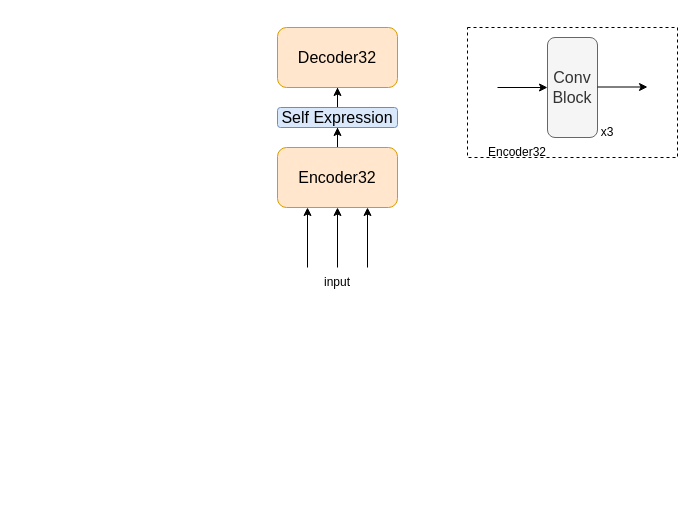
Earlier version of the draw.io diagram test.drawio (infiniteaim/Repository-from-Anonus). Source tidied: cells renumbered, new cells numbered last; positions are measured from the earlier drawing's top-left corner, leaving out a move shared by most shapes. Both pictures are drawn from the tidied source at 100%, with x=0, y=0 at pixel (277, 27).
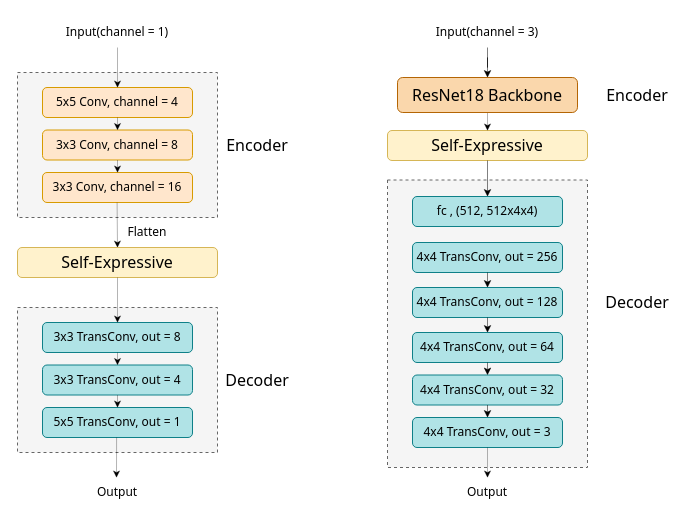
The same diagram, later.

Change to the diagram source:
```diff
@@
-    <mxCell id="2" style="edgeStyle=orthogonalEdgeStyle;rounded=0;jettySize=auto;html=1;entryX=0.5;entryY=1;entryDx=0;entryDy=0;" parent="1" edge="1" source="3" target="9">
-      <mxGeometry relative="1" as="geometry" />
-    </mxCell>
-    <mxCell id="3" value="&lt;font style=&quot;font-size: 16px;&quot;&gt;Encoder32&lt;/font&gt;" style="rounded=1;whiteSpace=wrap;html=1;fillColor=#ffe6cc;strokeColor=#d79b00;" parent="1" vertex="1">
-      <mxGeometry y="120" width="120" height="60" as="geometry" />
-    </mxCell>
-    <mxCell id="4" style="endArrow=classic;html=1;rounded=0;entryX=0.25;entryY=1;entryDx=0;entryDy=0;" parent="1" edge="1" target="3">
-      <mxGeometry relative="1" as="geometry">
-        <mxPoint x="30" y="240" as="sourcePoint" />
-      </mxGeometry>
-    </mxCell>
-    <mxCell id="5" style="endArrow=classic;html=1;rounded=0;entryX=0.5;entryY=1;entryDx=0;entryDy=0;" parent="1" edge="1" target="3">
-      <mxGeometry relative="1" as="geometry">
-        <mxPoint x="60" y="240" as="sourcePoint" />
-      </mxGeometry>
-    </mxCell>
-    <mxCell id="6" style="endArrow=classic;html=1;rounded=0;entryX=0.5;entryY=1;entryDx=0;entryDy=0;" parent="1" edge="1">
-      <mxGeometry relative="1" as="geometry">
-        <mxPoint x="90" y="240" as="sourcePoint" />
-        <mxPoint x="90" y="180" as="targetPoint" />
-      </mxGeometry>
-    </mxCell>
-    <mxCell id="7" value="input" style="text;html=1;align=center;verticalAlign=middle;whiteSpace=wrap;rounded=0;" parent="1" vertex="1">
-      <mxGeometry x="30" y="240" width="60" height="30" as="geometry" />
-    </mxCell>
-    <mxCell id="8" style="edgeStyle=orthogonalEdgeStyle;rounded=0;jettySize=auto;html=1;" parent="1" edge="1" source="9" target="10">
-      <mxGeometry relative="1" as="geometry" />
-    </mxCell>
-    <mxCell id="9" value="&lt;font style=&quot;font-size: 16px;&quot;&gt;Self Expression&lt;/font&gt;" style="rounded=1;whiteSpace=wrap;html=1;fillColor=#dae8fc;strokeColor=#6c8ebf;" parent="1" vertex="1">
-      <mxGeometry y="80" width="120" height="20" as="geometry" />
-    </mxCell>
-    <mxCell id="10" value="&lt;font style=&quot;font-size: 16px;&quot;&gt;Decoder32&lt;/font&gt;" style="rounded=1;whiteSpace=wrap;html=1;fillColor=#ffe6cc;strokeColor=#d79b00;" parent="1" vertex="1">
-      <mxGeometry width="120" height="60" as="geometry" />
-    </mxCell>
-    <mxCell id="11" style="rounded=0;whiteSpace=wrap;html=1;dashed=1;" parent="1" vertex="1">
-      <mxGeometry x="190" width="210" height="130" as="geometry" />
-    </mxCell>
-    <mxCell id="12" value="&lt;font style=&quot;font-size: 16px;&quot;&gt;Conv&lt;/font&gt;&lt;div&gt;&lt;font style=&quot;font-size: 16px;&quot;&gt;Block&lt;/font&gt;&lt;/div&gt;" style="rounded=1;whiteSpace=wrap;html=1;fillColor=#f5f5f5;fontColor=#333333;strokeColor=#666666;" parent="1" vertex="1">
-      <mxGeometry x="270" y="10" width="50" height="100" as="geometry" />
-    </mxCell>
-    <mxCell id="13" style="endArrow=classic;html=1;rounded=0;entryX=0;entryY=0.5;entryDx=0;entryDy=0;" parent="1" edge="1" target="12">
-      <mxGeometry relative="1" as="geometry">
-        <mxPoint x="220" y="60" as="sourcePoint" />
-      </mxGeometry>
-    </mxCell>
-    <mxCell id="14" style="endArrow=classic;html=1;rounded=0;entryX=0;entryY=0.5;entryDx=0;entryDy=0;" parent="1" edge="1">
-      <mxGeometry relative="1" as="geometry">
-        <mxPoint x="320" y="59.5" as="sourcePoint" />
-        <mxPoint x="370" y="59.5" as="targetPoint" />
-      </mxGeometry>
-    </mxCell>
-    <mxCell id="15" value="x3" style="text;html=1;align=center;verticalAlign=middle;whiteSpace=wrap;rounded=0;" parent="1" vertex="1">
-      <mxGeometry x="300" y="90" width="60" height="30" as="geometry" />
-    </mxCell>
-    <mxCell id="16" value="Encoder32" style="text;html=1;align=center;verticalAlign=middle;whiteSpace=wrap;rounded=0;" parent="1" vertex="1">
-      <mxGeometry x="210" y="110" width="60" height="30" as="geometry" />
-    </mxCell>
+    <mxCell id="17" style="rounded=0;whiteSpace=wrap;html=1;dashed=1;fillColor=#f5f5f5;fontColor=#333333;strokeColor=#666666;fontFamily=Tahoma;" parent="1" vertex="1">
+      <mxGeometry x="-260" y="45" width="200" height="145" as="geometry" />
+    </mxCell>
+    <mxCell id="18" value="5x5 Conv, channel = 4" style="rounded=1;whiteSpace=wrap;html=1;fillColor=#ffe6cc;strokeColor=#d79b00;fontFamily=Tahoma;" parent="1" vertex="1">
+      <mxGeometry x="-235" y="60" width="150" height="30" as="geometry" />
+    </mxCell>
+    <mxCell id="19" value="3x3 Conv, channel = 8" style="rounded=1;whiteSpace=wrap;html=1;fillColor=#ffe6cc;strokeColor=#d79b00;fontFamily=Tahoma;" parent="1" vertex="1">
+      <mxGeometry x="-235" y="102.5" width="150" height="30" as="geometry" />
+    </mxCell>
+    <mxCell id="20" value="3x3 Conv, channel = 16" style="rounded=1;whiteSpace=wrap;html=1;fillColor=#ffe6cc;strokeColor=#d79b00;fontFamily=Tahoma;" parent="1" vertex="1">
+      <mxGeometry x="-235" y="145" width="150" height="30" as="geometry" />
+    </mxCell>
+    <mxCell id="21" style="endArrow=classic;html=1;rounded=0;entryX=0.5;entryY=0;entryDx=0;entryDy=0;strokeWidth=0.3;fontFamily=Tahoma;" parent="1" edge="1" target="18">
+      <mxGeometry relative="1" as="geometry">
+        <mxPoint x="-160" y="20" as="sourcePoint" />
+      </mxGeometry>
+    </mxCell>
+    <mxCell id="22" style="endArrow=classic;html=1;rounded=0;entryX=0.5;entryY=0;entryDx=0;entryDy=0;strokeWidth=0.3;exitX=0.5;exitY=1;exitDx=0;exitDy=0;fontFamily=Tahoma;" parent="1" edge="1" source="18" target="19">
+      <mxGeometry relative="1" as="geometry" />
+    </mxCell>
+    <mxCell id="23" style="endArrow=classic;html=1;rounded=0;entryX=0.5;entryY=0;entryDx=0;entryDy=0;strokeWidth=0.3;exitX=0.5;exitY=1;exitDx=0;exitDy=0;fontFamily=Tahoma;" parent="1" edge="1" source="19" target="20">
+      <mxGeometry relative="1" as="geometry" />
+    </mxCell>
+    <mxCell id="24" style="endArrow=classic;html=1;rounded=0;entryX=0.5;entryY=0;entryDx=0;entryDy=0;strokeWidth=0.3;fontFamily=Tahoma;" parent="1" edge="1" target="25">
+      <mxGeometry relative="1" as="geometry">
+        <mxPoint x="-160.4" y="175" as="sourcePoint" />
+      </mxGeometry>
+    </mxCell>
+    <mxCell id="25" value="&lt;font style=&quot;font-size: 16px;&quot;&gt;Self-Expressive&lt;/font&gt;" style="rounded=1;whiteSpace=wrap;html=1;fillColor=#fff2cc;strokeColor=#d6b656;fontFamily=Tahoma;" parent="1" vertex="1">
+      <mxGeometry x="-260" y="220" width="200" height="30" as="geometry" />
+    </mxCell>
+    <mxCell id="26" value="Flatten" style="text;html=1;align=center;verticalAlign=middle;whiteSpace=wrap;rounded=0;fontFamily=Tahoma;" parent="1" vertex="1">
+      <mxGeometry x="-160" y="190" width="60" height="30" as="geometry" />
+    </mxCell>
+    <mxCell id="27" value="&lt;font style=&quot;font-size: 16px;&quot;&gt;Encoder&lt;/font&gt;" style="text;html=1;align=center;verticalAlign=middle;whiteSpace=wrap;rounded=0;fontFamily=Tahoma;" parent="1" vertex="1">
+      <mxGeometry x="-50" y="103" width="60" height="30" as="geometry" />
+    </mxCell>
+    <mxCell id="28" style="rounded=0;whiteSpace=wrap;html=1;dashed=1;fillColor=#f5f5f5;fontColor=#333333;strokeColor=#666666;fontFamily=Tahoma;" parent="1" vertex="1">
+      <mxGeometry x="-260" y="280" width="200" height="145" as="geometry" />
+    </mxCell>
+    <mxCell id="29" value="3x3 TransConv, out = 8" style="rounded=1;whiteSpace=wrap;html=1;fillColor=#b0e3e6;strokeColor=#0e8088;fontFamily=Tahoma;" parent="1" vertex="1">
+      <mxGeometry x="-235" y="295" width="150" height="30" as="geometry" />
+    </mxCell>
+    <mxCell id="30" value="3x3 TransConv, out = 4" style="rounded=1;whiteSpace=wrap;html=1;fillColor=#b0e3e6;strokeColor=#0e8088;fontFamily=Tahoma;" parent="1" vertex="1">
+      <mxGeometry x="-235" y="337.5" width="150" height="30" as="geometry" />
+    </mxCell>
+    <mxCell id="31" value="5x5 TransConv, out = 1" style="rounded=1;whiteSpace=wrap;html=1;fillColor=#b0e3e6;strokeColor=#0e8088;fontFamily=Tahoma;" parent="1" vertex="1">
+      <mxGeometry x="-235" y="380" width="150" height="30" as="geometry" />
+    </mxCell>
+    <mxCell id="32" style="endArrow=classic;html=1;rounded=0;entryX=0.5;entryY=0;entryDx=0;entryDy=0;strokeWidth=0.3;exitX=0.5;exitY=1;exitDx=0;exitDy=0;fontFamily=Tahoma;" parent="1" edge="1" source="25" target="29">
+      <mxGeometry relative="1" as="geometry" />
+    </mxCell>
+    <mxCell id="33" style="endArrow=classic;html=1;rounded=0;entryX=0.5;entryY=0;entryDx=0;entryDy=0;strokeWidth=0.3;exitX=0.5;exitY=1;exitDx=0;exitDy=0;fontFamily=Tahoma;" parent="1" edge="1" source="29" target="30">
+      <mxGeometry relative="1" as="geometry" />
+    </mxCell>
+    <mxCell id="34" style="endArrow=classic;html=1;rounded=0;entryX=0.5;entryY=0;entryDx=0;entryDy=0;strokeWidth=0.3;exitX=0.5;exitY=1;exitDx=0;exitDy=0;fontFamily=Tahoma;" parent="1" edge="1" source="30" target="31">
+      <mxGeometry relative="1" as="geometry" />
+    </mxCell>
+    <mxCell id="35" value="&lt;font style=&quot;font-size: 16px;&quot;&gt;Decoder&lt;/font&gt;" style="text;html=1;align=center;verticalAlign=middle;whiteSpace=wrap;rounded=0;fontFamily=Tahoma;" parent="1" vertex="1">
+      <mxGeometry x="-50" y="337.5" width="60" height="30" as="geometry" />
+    </mxCell>
+    <mxCell id="36" value="&lt;font style=&quot;font-size: 16px;&quot;&gt;Self-Expressive&lt;/font&gt;" style="rounded=1;whiteSpace=wrap;html=1;fillColor=#fff2cc;strokeColor=#d6b656;fontFamily=Tahoma;" parent="1" vertex="1">
+      <mxGeometry x="110" y="103" width="200" height="30" as="geometry" />
+    </mxCell>
+    <mxCell id="37" style="endArrow=classic;html=1;rounded=0;strokeWidth=0.3;entryX=0.5;entryY=0;entryDx=0;entryDy=0;fontFamily=Tahoma;" parent="1" edge="1" target="36">
+      <mxGeometry relative="1" as="geometry">
+        <mxPoint x="210" y="70" as="sourcePoint" />
+      </mxGeometry>
+    </mxCell>
+    <mxCell id="38" style="rounded=0;whiteSpace=wrap;html=1;dashed=1;fillColor=#f5f5f5;fontColor=#333333;strokeColor=#666666;fontFamily=Tahoma;" parent="1" vertex="1">
+      <mxGeometry x="110" y="152.5" width="200" height="287.5" as="geometry" />
+    </mxCell>
+    <mxCell id="39" value="4x4 TransConv, out = 256" style="rounded=1;whiteSpace=wrap;html=1;fillColor=#b0e3e6;strokeColor=#0e8088;fontFamily=Tahoma;" parent="1" vertex="1">
+      <mxGeometry x="135" y="215" width="150" height="30" as="geometry" />
+    </mxCell>
+    <mxCell id="40" value="4x4 TransConv, out = 128" style="rounded=1;whiteSpace=wrap;html=1;fillColor=#b0e3e6;strokeColor=#0e8088;fontFamily=Tahoma;" parent="1" vertex="1">
+      <mxGeometry x="135" y="260" width="150" height="30" as="geometry" />
+    </mxCell>
+    <mxCell id="41" value="4x4 TransConv, out = 64" style="rounded=1;whiteSpace=wrap;html=1;fillColor=#b0e3e6;strokeColor=#0e8088;fontFamily=Tahoma;" parent="1" vertex="1">
+      <mxGeometry x="135" y="305" width="150" height="30" as="geometry" />
+    </mxCell>
+    <mxCell id="42" value="4x4 TransConv, out = 32" style="rounded=1;whiteSpace=wrap;html=1;fillColor=#b0e3e6;strokeColor=#0e8088;fontFamily=Tahoma;" parent="1" vertex="1">
+      <mxGeometry x="135" y="347.5" width="150" height="30" as="geometry" />
+    </mxCell>
+    <mxCell id="43" value="4x4 TransConv, out = 3" style="rounded=1;whiteSpace=wrap;html=1;fillColor=#b0e3e6;strokeColor=#0e8088;fontFamily=Tahoma;" parent="1" vertex="1">
+      <mxGeometry x="135" y="390" width="150" height="30" as="geometry" />
+    </mxCell>
+    <mxCell id="44" style="endArrow=classic;html=1;rounded=0;exitX=0.5;exitY=1;exitDx=0;exitDy=0;strokeWidth=0.5;entryX=0.5;entryY=0;entryDx=0;entryDy=0;fontFamily=Tahoma;" parent="1" edge="1" source="36" target="51">
+      <mxGeometry relative="1" as="geometry" />
+    </mxCell>
+    <mxCell id="45" style="endArrow=classic;html=1;rounded=0;entryX=0.5;entryY=0;entryDx=0;entryDy=0;exitX=0.5;exitY=1;exitDx=0;exitDy=0;strokeWidth=0.5;fontFamily=Tahoma;" parent="1" edge="1" source="39" target="40">
+      <mxGeometry relative="1" as="geometry" />
+    </mxCell>
+    <mxCell id="46" style="endArrow=classic;html=1;rounded=0;entryX=0.5;entryY=0;entryDx=0;entryDy=0;exitX=0.5;exitY=1;exitDx=0;exitDy=0;strokeWidth=0.5;fontFamily=Tahoma;" parent="1" edge="1" source="40" target="41">
+      <mxGeometry relative="1" as="geometry" />
+    </mxCell>
+    <mxCell id="47" style="endArrow=classic;html=1;rounded=0;entryX=0.5;entryY=0;entryDx=0;entryDy=0;exitX=0.5;exitY=1;exitDx=0;exitDy=0;strokeWidth=0.5;fontFamily=Tahoma;" parent="1" edge="1" source="41" target="42">
+      <mxGeometry relative="1" as="geometry" />
+    </mxCell>
+    <mxCell id="48" style="endArrow=classic;html=1;rounded=0;entryX=0.5;entryY=0;entryDx=0;entryDy=0;exitX=0.5;exitY=1;exitDx=0;exitDy=0;strokeWidth=0.5;fontFamily=Tahoma;" parent="1" edge="1" source="42" target="43">
+      <mxGeometry relative="1" as="geometry" />
+    </mxCell>
+    <mxCell id="49" style="endArrow=classic;html=1;rounded=0;strokeWidth=0.3;exitX=0.5;exitY=1;exitDx=0;exitDy=0;fontFamily=Tahoma;" parent="1" edge="1">
+      <mxGeometry relative="1" as="geometry">
+        <mxPoint x="-160.9" y="410" as="sourcePoint" />
+        <mxPoint x="-161" y="450" as="targetPoint" />
+      </mxGeometry>
+    </mxCell>
+    <mxCell id="50" style="endArrow=classic;html=1;rounded=0;strokeWidth=0.3;exitX=0.5;exitY=1;exitDx=0;exitDy=0;entryX=0.5;entryY=0;entryDx=0;entryDy=0;fontFamily=Tahoma;" parent="1" edge="1" source="43" target="59">
+      <mxGeometry relative="1" as="geometry" />
+    </mxCell>
+    <mxCell id="51" value="fc , (512, 512x4x4)" style="rounded=1;whiteSpace=wrap;html=1;fillColor=#b0e3e6;strokeColor=#0e8088;fontFamily=Tahoma;" parent="1" vertex="1">
+      <mxGeometry x="135" y="169" width="150" height="30" as="geometry" />
+    </mxCell>
+    <mxCell id="52" value="&lt;font style=&quot;font-size: 16px;&quot;&gt;Decoder&lt;/font&gt;" style="text;html=1;align=center;verticalAlign=middle;whiteSpace=wrap;rounded=0;fontFamily=Tahoma;" parent="1" vertex="1">
+      <mxGeometry x="330" y="260" width="60" height="30" as="geometry" />
+    </mxCell>
+    <mxCell id="53" value="&lt;font style=&quot;font-size: 16px;&quot;&gt;ResNet18 Backbone&lt;/font&gt;" style="rounded=1;whiteSpace=wrap;html=1;fillColor=#fad7ac;strokeColor=#b46504;fontFamily=Tahoma;" parent="1" vertex="1">
+      <mxGeometry x="120" y="50" width="180" height="35" as="geometry" />
+    </mxCell>
+    <mxCell id="54" value="&lt;font style=&quot;font-size: 16px;&quot;&gt;Encoder&lt;/font&gt;" style="text;html=1;align=center;verticalAlign=middle;whiteSpace=wrap;rounded=0;fontFamily=Tahoma;" parent="1" vertex="1">
+      <mxGeometry x="330" y="52.5" width="60" height="30" as="geometry" />
+    </mxCell>
+    <mxCell id="55" value="&lt;font&gt;Input(channel = 1)&lt;/font&gt;" style="text;html=1;align=center;verticalAlign=middle;whiteSpace=wrap;rounded=0;fontFamily=Tahoma;" parent="1" vertex="1">
+      <mxGeometry x="-220" y="-10" width="120" height="30" as="geometry" />
+    </mxCell>
+    <mxCell id="56" value="&lt;font&gt;Output&lt;/font&gt;" style="text;html=1;align=center;verticalAlign=middle;whiteSpace=wrap;rounded=0;fontFamily=Tahoma;" parent="1" vertex="1">
+      <mxGeometry x="-190" y="450" width="60" height="30" as="geometry" />
+    </mxCell>
+    <mxCell id="57" style="edgeStyle=orthogonalEdgeStyle;rounded=0;jettySize=auto;html=1;fontFamily=Tahoma;strokeWidth=0.5;" parent="1" edge="1" source="58" target="53">
+      <mxGeometry relative="1" as="geometry" />
+    </mxCell>
+    <mxCell id="58" value="&lt;font&gt;Input(channel = 3)&lt;/font&gt;" style="text;html=1;align=center;verticalAlign=middle;whiteSpace=wrap;rounded=0;fontFamily=Tahoma;" parent="1" vertex="1">
+      <mxGeometry x="155" y="-10" width="110" height="30" as="geometry" />
+    </mxCell>
+    <mxCell id="59" value="&lt;font&gt;Output&lt;/font&gt;" style="text;html=1;align=center;verticalAlign=middle;whiteSpace=wrap;rounded=0;fontFamily=Tahoma;" parent="1" vertex="1">
+      <mxGeometry x="180" y="450" width="60" height="30" as="geometry" />
+    </mxCell>
```
